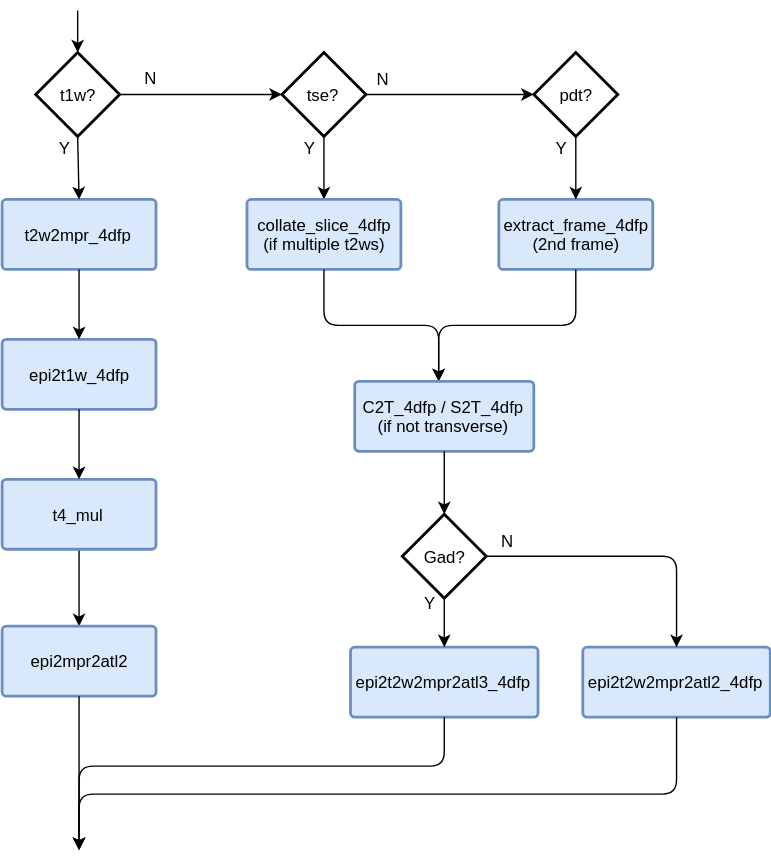
Earlier version of the draw.io export docs/_static/cross_bold_v16_epi2atl.svg (BlackHershey/4dfp-docs). Source tidied: cells renumbered, new cells last; positions are measured from the earlier drawing's top-left corner, leaving out a move shared by most shapes.
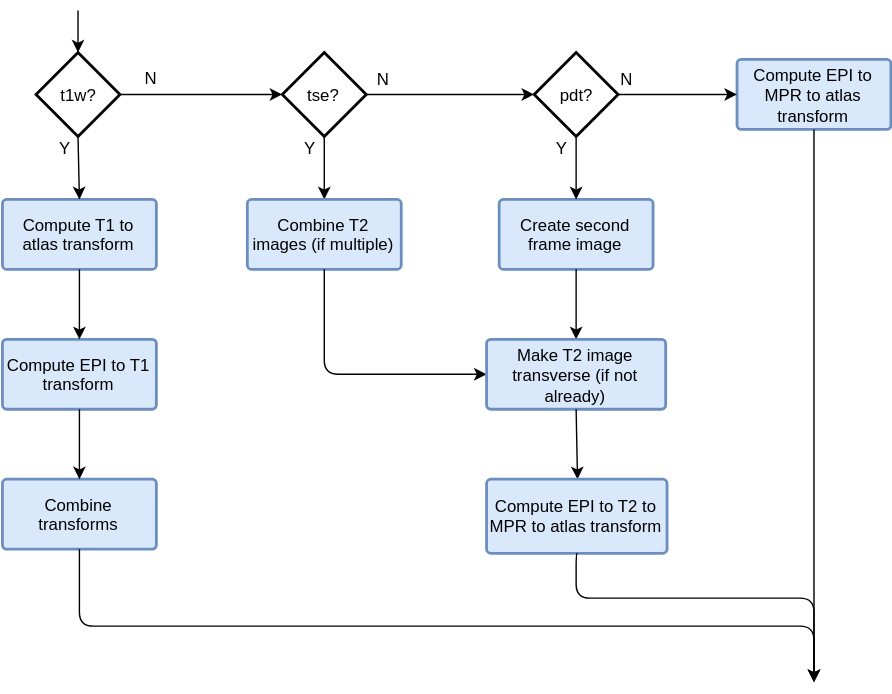
Later version of the same file.

Commit message:
made flowchart boxes contain explanations instead of script names

Diff of the diagram source:
```diff
@@ -2,7 +2,7 @@
   <root>
     <mxCell id="0" />
     <mxCell id="1" parent="0" />
-    <mxCell id="2" value="&lt;span&gt;t2w2mpr_4dfp&lt;/span&gt;" style="strokeWidth=2;html=1;shape=mxgraph.flowchart.process;whiteSpace=wrap;labelBorderColor=none;fillColor=#dae8fc;strokeColor=#6c8ebf;fontStyle=0;" parent="1" vertex="1">
+    <mxCell id="2" value="&lt;span&gt;Compute T1 to atlas transform&lt;/span&gt;" style="strokeWidth=2;html=1;shape=mxgraph.flowchart.process;whiteSpace=wrap;labelBorderColor=none;fillColor=#dae8fc;strokeColor=#6c8ebf;fontStyle=0;" parent="1" vertex="1">
       <mxGeometry y="135" width="110" height="50" as="geometry" />
     </mxCell>
     <mxCell id="3" style="edgeStyle=orthogonalEdgeStyle;rounded=0;html=1;jettySize=auto;entryX=0;entryY=0.5;entryPerimeter=0;" parent="1" edge="1" source="4" target="14">
@@ -11,17 +11,14 @@
     <mxCell id="4" value="t1w?" style="strokeWidth=2;html=1;shape=mxgraph.flowchart.decision;whiteSpace=wrap;" parent="1" vertex="1">
       <mxGeometry x="24" y="30" width="60" height="60" as="geometry" />
     </mxCell>
-    <mxCell id="5" value="&lt;span&gt;epi2t1w_4dfp&lt;/span&gt;" style="strokeWidth=2;html=1;shape=mxgraph.flowchart.process;whiteSpace=wrap;fillColor=#dae8fc;strokeColor=#6c8ebf;fontStyle=0;" parent="1" vertex="1">
+    <mxCell id="5" value="&lt;span&gt;Compute EPI to T1 transform&lt;/span&gt;" style="strokeWidth=2;html=1;shape=mxgraph.flowchart.process;whiteSpace=wrap;fillColor=#dae8fc;strokeColor=#6c8ebf;fontStyle=0;" parent="1" vertex="1">
       <mxGeometry y="235" width="110" height="50" as="geometry" />
     </mxCell>
-    <mxCell id="6" style="edgeStyle=orthogonalEdgeStyle;rounded=0;html=1;jettySize=auto;" parent="1" edge="1" source="7" target="8">
-      <mxGeometry relative="1" as="geometry" />
-    </mxCell>
-    <mxCell id="7" value="&lt;span&gt;t4_mul&lt;/span&gt;" style="strokeWidth=2;html=1;shape=mxgraph.flowchart.process;whiteSpace=wrap;fillColor=#dae8fc;strokeColor=#6c8ebf;fontStyle=0;" parent="1" vertex="1">
+    <mxCell id="7" value="&lt;span&gt;Combine transforms&lt;/span&gt;" style="strokeWidth=2;html=1;shape=mxgraph.flowchart.process;whiteSpace=wrap;fillColor=#dae8fc;strokeColor=#6c8ebf;fontStyle=0;" parent="1" vertex="1">
       <mxGeometry y="335" width="110" height="50" as="geometry" />
     </mxCell>
-    <mxCell id="8" value="&lt;span&gt;epi2mpr2atl2&lt;/span&gt;" style="strokeWidth=2;html=1;shape=mxgraph.flowchart.process;whiteSpace=wrap;fillColor=#dae8fc;strokeColor=#6c8ebf;fontStyle=0;" parent="1" vertex="1">
-      <mxGeometry y="440" width="110" height="50" as="geometry" />
+    <mxCell id="8" value="&lt;span&gt;Compute EPI to MPR to atlas transform&lt;/span&gt;" style="strokeWidth=2;html=1;shape=mxgraph.flowchart.process;whiteSpace=wrap;fillColor=#dae8fc;strokeColor=#6c8ebf;fontStyle=0;" parent="1" vertex="1">
+      <mxGeometry x="525" y="35" width="110" height="50" as="geometry" />
     </mxCell>
     <mxCell id="9" style="endArrow=classic;html=1;exitX=0.5;exitY=1;exitPerimeter=0;entryX=0.5;entryY=0;entryPerimeter=0;" parent="1" edge="1" source="4" target="2">
       <mxGeometry relative="1" as="geometry" />
@@ -47,7 +44,7 @@
     <mxCell id="16" value="Y&lt;br&gt;&lt;br&gt;" style="text;html=1;align=center;verticalAlign=middle;fillColor=none;strokeColor=none;rounded=0;" parent="1" vertex="1">
       <mxGeometry x="210" y="90" width="20" height="30" as="geometry" />
     </mxCell>
-    <mxCell id="17" value="&lt;span&gt;collate_slice_4dfp&lt;/span&gt;&lt;br&gt;(if multiple t2ws)&lt;br&gt;" style="strokeWidth=2;html=1;shape=mxgraph.flowchart.process;whiteSpace=wrap;fillColor=#dae8fc;strokeColor=#6c8ebf;fontStyle=0;" parent="1" vertex="1">
+    <mxCell id="17" value="Combine T2 images (if multiple)&lt;br&gt;" style="strokeWidth=2;html=1;shape=mxgraph.flowchart.process;whiteSpace=wrap;fillColor=#dae8fc;strokeColor=#6c8ebf;fontStyle=0;" parent="1" vertex="1">
       <mxGeometry x="175" y="135" width="110" height="50" as="geometry" />
     </mxCell>
     <mxCell id="18" style="edgeStyle=orthogonalEdgeStyle;rounded=0;html=1;jettySize=auto;exitX=1;exitY=0.5;exitPerimeter=0;entryX=0;entryY=0.5;entryPerimeter=0;" parent="1" edge="1" source="14" target="20">
@@ -56,10 +53,13 @@
     <mxCell id="19" value="N&lt;br&gt;&lt;br&gt;" style="text;html=1;align=left;verticalAlign=top;spacingTop=-4;" parent="1" vertex="1">
       <mxGeometry x="266" y="40" width="20" height="30" as="geometry" />
     </mxCell>
+    <mxCell id="39" style="edgeStyle=orthogonalEdgeStyle;rounded=0;html=1;jettySize=auto;" parent="1" edge="1" source="20" target="8">
+      <mxGeometry relative="1" as="geometry" />
+    </mxCell>
     <mxCell id="20" value="pdt?" style="strokeWidth=2;html=1;shape=mxgraph.flowchart.decision;whiteSpace=wrap;" parent="1" vertex="1">
       <mxGeometry x="380" y="30" width="60" height="60" as="geometry" />
     </mxCell>
-    <mxCell id="21" value="&lt;span&gt;extract_frame_4dfp&lt;br&gt;&lt;/span&gt;(2nd frame)&lt;br&gt;" style="strokeWidth=2;html=1;shape=mxgraph.flowchart.process;whiteSpace=wrap;fillColor=#dae8fc;strokeColor=#6c8ebf;fontStyle=0;" parent="1" vertex="1">
+    <mxCell id="21" value="Create second frame image&lt;br&gt;" style="strokeWidth=2;html=1;shape=mxgraph.flowchart.process;whiteSpace=wrap;fillColor=#dae8fc;strokeColor=#6c8ebf;fontStyle=0;" parent="1" vertex="1">
       <mxGeometry x="355" y="135" width="110" height="50" as="geometry" />
     </mxCell>
     <mxCell id="22" style="endArrow=classic;html=1;exitX=0.5;exitY=1;exitPerimeter=0;entryX=0.5;entryY=0;entryPerimeter=0;" parent="1" edge="1" source="20" target="21">
@@ -73,65 +73,52 @@
         <mxPoint x="54" as="sourcePoint" />
       </mxGeometry>
     </mxCell>
-    <mxCell id="25" style="endArrow=classic;html=1;exitX=0.5;exitY=1;exitPerimeter=0;entryX=0.5;entryY=0;entryPerimeter=0;edgeStyle=orthogonalEdgeStyle;" parent="1" edge="1" source="17">
+    <mxCell id="25" style="endArrow=classic;html=1;exitX=0.5;exitY=1;exitPerimeter=0;edgeStyle=orthogonalEdgeStyle;entryX=0;entryY=0.5;entryPerimeter=0;" parent="1" edge="1" source="17" target="27">
       <mxGeometry relative="1" as="geometry">
-        <mxPoint x="312" y="265" as="targetPoint" />
+        <Array as="points">
+          <mxPoint x="230" y="260" />
+        </Array>
       </mxGeometry>
     </mxCell>
-    <mxCell id="26" style="endArrow=classic;html=1;exitX=0.5;exitY=1;exitPerimeter=0;entryX=0.5;entryY=0;entryPerimeter=0;edgeStyle=orthogonalEdgeStyle;" parent="1" edge="1" source="21">
-      <mxGeometry relative="1" as="geometry">
-        <mxPoint x="312" y="265" as="targetPoint" />
-      </mxGeometry>
+    <mxCell id="26" style="endArrow=classic;html=1;exitX=0.5;exitY=1;exitPerimeter=0;entryX=0.5;entryY=0;entryPerimeter=0;edgeStyle=orthogonalEdgeStyle;" parent="1" edge="1" source="21" target="27">
+      <mxGeometry relative="1" as="geometry" />
     </mxCell>
-    <mxCell id="27" value="&lt;span&gt;C2T_4dfp / S2T_4dfp&lt;br&gt;&lt;/span&gt;(if not transverse)&lt;br&gt;" style="strokeWidth=2;html=1;shape=mxgraph.flowchart.process;whiteSpace=wrap;fillColor=#dae8fc;strokeColor=#6c8ebf;fontStyle=0;" parent="1" vertex="1">
-      <mxGeometry x="252" y="265" width="128" height="50" as="geometry" />
+    <mxCell id="27" value="Make T2 image transverse (if not already)&lt;br&gt;" style="strokeWidth=2;html=1;shape=mxgraph.flowchart.process;whiteSpace=wrap;fillColor=#dae8fc;strokeColor=#6c8ebf;fontStyle=0;" parent="1" vertex="1">
+      <mxGeometry x="346" y="235" width="128" height="50" as="geometry" />
     </mxCell>
-    <mxCell id="28" value="Gad?" style="strokeWidth=2;html=1;shape=mxgraph.flowchart.decision;whiteSpace=wrap;" parent="1" vertex="1">
-      <mxGeometry x="286" y="360" width="60" height="60" as="geometry" />
-    </mxCell>
-    <mxCell id="29" style="endArrow=classic;html=1;exitX=0.5;exitY=1;exitPerimeter=0;entryX=0.5;entryY=0;entryPerimeter=0;" parent="1" edge="1" source="27" target="28">
+    <mxCell id="29" style="endArrow=classic;html=1;exitX=0.5;exitY=1;exitPerimeter=0;entryX=0.5;entryY=0;entryPerimeter=0;" parent="1" edge="1" source="27" target="31">
       <mxGeometry relative="1" as="geometry" />
     </mxCell>
-    <mxCell id="30" value="&lt;span&gt;epi2t2w2mpr2atl3_4dfp&lt;/span&gt;" style="strokeWidth=2;html=1;shape=mxgraph.flowchart.process;whiteSpace=wrap;fillColor=#dae8fc;strokeColor=#6c8ebf;fontStyle=0;" parent="1" vertex="1">
-      <mxGeometry x="249" y="455" width="134" height="50" as="geometry" />
-    </mxCell>
-    <mxCell id="31" value="&lt;span&gt;epi2t2w2mpr2atl2_4dfp&lt;/span&gt;" style="strokeWidth=2;html=1;shape=mxgraph.flowchart.process;whiteSpace=wrap;fillColor=#dae8fc;strokeColor=#6c8ebf;fontStyle=0;" parent="1" vertex="1">
-      <mxGeometry x="415" y="455" width="134" height="50" as="geometry" />
+    <mxCell id="31" value="Compute EPI to T2 to MPR to atlas transform" style="strokeWidth=2;html=1;shape=mxgraph.flowchart.process;whiteSpace=wrap;fillColor=#dae8fc;strokeColor=#6c8ebf;fontStyle=0;" parent="1" vertex="1">
+      <mxGeometry x="346" y="335" width="129" height="53" as="geometry" />
     </mxCell>
-    <mxCell id="32" style="endArrow=classic;html=1;exitX=0.5;exitY=1;exitPerimeter=0;" parent="1" edge="1" source="28" target="30">
-      <mxGeometry relative="1" as="geometry" />
-    </mxCell>
-    <mxCell id="33" style="endArrow=classic;html=1;exitX=1;exitY=0.5;exitPerimeter=0;entryX=0.5;entryY=0;entryPerimeter=0;edgeStyle=orthogonalEdgeStyle;" parent="1" edge="1" source="28" target="31">
-      <mxGeometry relative="1" as="geometry" />
-    </mxCell>
-    <mxCell id="34" style="endArrow=classic;html=1;exitX=0.5;exitY=1;exitPerimeter=0;" parent="1" edge="1" source="8">
-      <mxGeometry relative="1" as="geometry">
-        <mxPoint x="55" y="600" as="targetPoint" />
-      </mxGeometry>
-    </mxCell>
-    <mxCell id="35" style="endArrow=classic;html=1;exitX=0.5;exitY=1;exitPerimeter=0;" parent="1" edge="1" source="30">
-      <mxGeometry relative="1" as="geometry">
-        <mxPoint x="55" y="600" as="targetPoint" />
-        <Array as="points">
-          <mxPoint x="316" y="540" />
-          <mxPoint x="55" y="540" />
-        </Array>
-      </mxGeometry>
-    </mxCell>
-    <mxCell id="36" style="endArrow=classic;html=1;exitX=0.5;exitY=1;exitPerimeter=0;" parent="1" edge="1" source="31">
+    <mxCell id="36" style="endArrow=classic;html=1;exitX=0.5;exitY=1;exitPerimeter=0;edgeStyle=orthogonalEdgeStyle;" parent="1" edge="1" source="31">
       <mxGeometry relative="1" as="geometry">
-        <mxPoint x="55" y="600" as="targetPoint" />
+        <mxPoint x="580" y="480" as="targetPoint" />
         <Array as="points">
-          <mxPoint x="482" y="560" />
-          <mxPoint x="55" y="560" />
+          <mxPoint x="410" y="388" />
+          <mxPoint x="410" y="420" />
+          <mxPoint x="580" y="420" />
         </Array>
       </mxGeometry>
     </mxCell>
-    <mxCell id="37" value="Y&lt;br&gt;&lt;br&gt;" style="text;html=1;align=center;verticalAlign=middle;fillColor=none;strokeColor=none;rounded=0;" parent="1" vertex="1">
-      <mxGeometry x="296" y="415" width="20" height="30" as="geometry" />
-    </mxCell>
     <mxCell id="38" value="N&lt;br&gt;&lt;br&gt;" style="text;html=1;align=left;verticalAlign=top;spacingTop=-4;" parent="1" vertex="1">
-      <mxGeometry x="355" y="370" width="20" height="30" as="geometry" />
+      <mxGeometry x="440" y="40" width="20" height="30" as="geometry" />
     </mxCell>
+    <mxCell id="40" style="endArrow=classic;html=1;exitX=0.5;exitY=1;exitPerimeter=0;" parent="1" edge="1" source="8">
+      <mxGeometry relative="1" as="geometry">
+        <mxPoint x="580" y="480" as="targetPoint" />
+      </mxGeometry>
+    </mxCell>
+    <mxCell id="41" style="endArrow=classic;html=1;exitX=0.5;exitY=1;exitPerimeter=0;" parent="1" edge="1" source="7">
+      <mxGeometry relative="1" as="geometry">
+        <mxPoint x="580" y="480" as="targetPoint" />
+        <Array as="points">
+          <mxPoint x="55" y="440" />
+          <mxPoint x="335" y="440" />
+          <mxPoint x="580" y="440" />
+        </Array>
+      </mxGeometry>
+    </mxCell>
   </root>
 </mxGraphModel>
```
